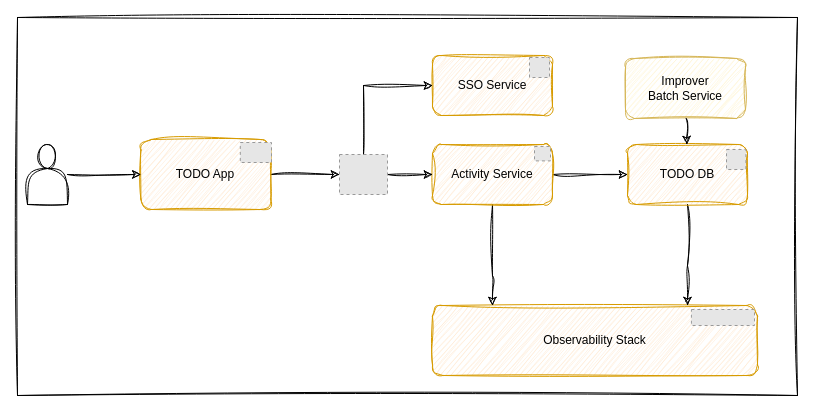
Before: page "Page-1" (1 of 2) of docs/arch.drawio in andrescosta/todo-spring-react, a draw.io diagram. Source tidied: cells renumbered, new cells numbered last; positions are measured from the earlier drawing's top-left corner, leaving out a move shared by most shapes. Both pictures are drawn from the tidied source at 100%, with x=0, y=0 at pixel (17, 17). Pictures stored in the file or linked from it are replaced by grey dashed boxes.
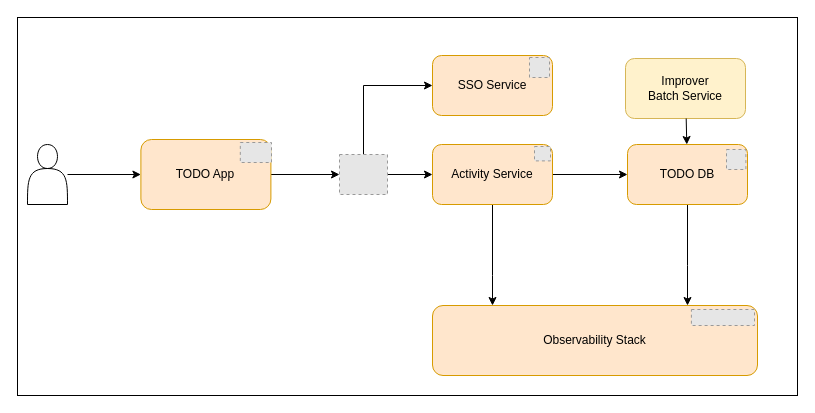
The same page after the edit.

The change refers to these unchanged cells:
```xml
<mxCell id="13" style="fillColor=#E6E6E6;strokeColor=#999999;dashed=1;verticalLabelPosition=bottom;labelBackgroundColor=default;verticalAlign=top;" parent="1" vertex="1">
  <mxGeometry x="322" y="137" width="48" height="40" as="geometry" />
</mxCell>
```

Change to the diagram source:
```diff
@@
-    <mxCell id="2" style="rounded=0;whiteSpace=wrap;html=1;sketch=1;curveFitting=1;jiggle=2;" parent="1" vertex="1">
+    <mxCell id="2" style="rounded=0;whiteSpace=wrap;html=1;" parent="1" vertex="1">
       <mxGeometry width="780" height="378" as="geometry" />
     </mxCell>
-    <mxCell id="3" value="Observability Stack" style="rounded=1;whiteSpace=wrap;html=1;fillColor=#ffe6cc;strokeColor=#d79b00;sketch=1;curveFitting=1;jiggle=2;" parent="1" vertex="1">
+    <mxCell id="3" value="Observability Stack" style="rounded=1;whiteSpace=wrap;html=1;fillColor=#ffe6cc;strokeColor=#d79b00;" parent="1" vertex="1">
       <mxGeometry x="415" y="288" width="325" height="70" as="geometry" />
     </mxCell>
-    <mxCell id="4" value="SSO Service" style="rounded=1;whiteSpace=wrap;html=1;fillColor=#ffe6cc;strokeColor=#d79b00;fillStyle=auto;sketch=1;curveFitting=1;jiggle=2;" parent="1" vertex="1">
+    <mxCell id="4" value="SSO Service" style="rounded=1;whiteSpace=wrap;html=1;fillColor=#ffe6cc;strokeColor=#d79b00;fillStyle=auto;" parent="1" vertex="1">
       <mxGeometry x="415" y="38" width="120" height="60" as="geometry" />
     </mxCell>
@@
-    <mxCell id="6" style="edgeStyle=orthogonalEdgeStyle;rounded=0;jettySize=auto;html=1;sketch=1;curveFitting=1;jiggle=2;" parent="1" edge="1" source="8" target="10">
+    <mxCell id="6" style="edgeStyle=orthogonalEdgeStyle;rounded=0;jettySize=auto;html=1;" parent="1" edge="1" source="8" target="10">
       <mxGeometry relative="1" as="geometry" />
     </mxCell>
-    <mxCell id="7" style="edgeStyle=orthogonalEdgeStyle;rounded=0;jettySize=auto;html=1;sketch=1;curveFitting=1;jiggle=2;" parent="1" edge="1" source="8" target="3">
+    <mxCell id="7" style="edgeStyle=orthogonalEdgeStyle;rounded=0;jettySize=auto;html=1;" parent="1" edge="1" source="8" target="3">
       <mxGeometry relative="1" as="geometry">
         <Array as="points">
           <mxPoint x="475" y="258" />
           <mxPoint x="475" y="258" />
         </Array>
       </mxGeometry>
     </mxCell>
-    <mxCell id="8" value="Activity Service" style="rounded=1;whiteSpace=wrap;html=1;fillColor=#ffe6cc;strokeColor=#d79b00;sketch=1;curveFitting=1;jiggle=2;" parent="1" vertex="1">
+    <mxCell id="8" value="Activity Service" style="rounded=1;whiteSpace=wrap;html=1;fillColor=#ffe6cc;strokeColor=#d79b00;" parent="1" vertex="1">
       <mxGeometry x="415" y="127" width="120" height="60" as="geometry" />
     </mxCell>
-    <mxCell id="9" style="edgeStyle=orthogonalEdgeStyle;rounded=0;jettySize=auto;html=1;sketch=1;curveFitting=1;jiggle=2;" parent="1" edge="1" source="10" target="3">
+    <mxCell id="9" style="edgeStyle=orthogonalEdgeStyle;rounded=0;jettySize=auto;html=1;" parent="1" edge="1" source="10" target="3">
       <mxGeometry relative="1" as="geometry">
         <Array as="points">
           <mxPoint x="670" y="248" />
           <mxPoint x="670" y="248" />
         </Array>
       </mxGeometry>
     </mxCell>
-    <mxCell id="10" value="TODO DB" style="rounded=1;whiteSpace=wrap;html=1;fillColor=#ffe6cc;strokeColor=#d79b00;sketch=1;curveFitting=1;jiggle=2;" parent="1" vertex="1">
+    <mxCell id="10" value="TODO DB" style="rounded=1;whiteSpace=wrap;html=1;fillColor=#ffe6cc;strokeColor=#d79b00;" parent="1" vertex="1">
       <mxGeometry x="610" y="127" width="120" height="60" as="geometry" />
     </mxCell>
-    <mxCell id="11" style="edgeStyle=orthogonalEdgeStyle;rounded=0;jettySize=auto;html=1;sketch=1;curveFitting=1;jiggle=2;" parent="1" edge="1" source="13" target="4">
+    <mxCell id="11" style="edgeStyle=orthogonalEdgeStyle;rounded=0;jettySize=auto;html=1;" parent="1" edge="1" source="13" target="4">
       <mxGeometry relative="1" as="geometry">
         <Array as="points">
           <mxPoint x="346" y="68" />
         </Array>
       </mxGeometry>
     </mxCell>
-    <mxCell id="12" style="edgeStyle=orthogonalEdgeStyle;rounded=0;jettySize=auto;html=1;sketch=1;curveFitting=1;jiggle=2;" parent="1" edge="1" source="13" target="8">
+    <mxCell id="12" style="edgeStyle=orthogonalEdgeStyle;rounded=0;jettySize=auto;html=1;" parent="1" edge="1" source="13" target="8">
       <mxGeometry relative="1" as="geometry" />
     </mxCell>
@@
-    <mxCell id="14" style="edgeStyle=orthogonalEdgeStyle;rounded=0;jettySize=auto;html=1;entryX=0;entryY=0.5;entryDx=0;entryDy=0;sketch=1;curveFitting=1;jiggle=2;" parent="1" edge="1" source="18" target="13">
+    <mxCell id="14" style="edgeStyle=orthogonalEdgeStyle;rounded=0;jettySize=auto;html=1;entryX=0;entryY=0.5;entryDx=0;entryDy=0;" parent="1" edge="1" source="18" target="13">
       <mxGeometry relative="1" as="geometry" />
     </mxCell>
@@
-    <mxCell id="18" value="TODO App" style="rounded=1;whiteSpace=wrap;html=1;fillColor=#ffe6cc;strokeColor=#d79b00;sketch=1;curveFitting=1;jiggle=2;" parent="1" vertex="1">
+    <mxCell id="18" value="TODO App" style="rounded=1;whiteSpace=wrap;html=1;fillColor=#ffe6cc;strokeColor=#d79b00;" parent="1" vertex="1">
       <mxGeometry x="123.4" y="122" width="130" height="70" as="geometry" />
     </mxCell>
@@
-    <mxCell id="21" style="edgeStyle=orthogonalEdgeStyle;rounded=0;jettySize=auto;html=1;sketch=1;curveFitting=1;jiggle=2;" parent="1" edge="1" source="22" target="18">
+    <mxCell id="21" style="edgeStyle=orthogonalEdgeStyle;rounded=0;jettySize=auto;html=1;" parent="1" edge="1" source="22" target="18">
       <mxGeometry relative="1" as="geometry" />
     </mxCell>
-    <mxCell id="22" style="shape=actor;whiteSpace=wrap;html=1;sketch=1;curveFitting=1;jiggle=2;" parent="1" vertex="1">
+    <mxCell id="22" style="shape=actor;whiteSpace=wrap;html=1;" parent="1" vertex="1">
       <mxGeometry x="10" y="127" width="40" height="60" as="geometry" />
     </mxCell>
-    <mxCell id="23" value="Improver&lt;br&gt;Batch Service" style="rounded=1;whiteSpace=wrap;html=1;fillColor=#fff2cc;strokeColor=#d6b656;sketch=1;curveFitting=1;jiggle=2;" parent="1" vertex="1">
+    <mxCell id="23" value="Improver&lt;br&gt;Batch Service" style="rounded=1;whiteSpace=wrap;html=1;fillColor=#fff2cc;strokeColor=#d6b656;" parent="1" vertex="1">
       <mxGeometry x="608" y="41" width="120" height="60" as="geometry" />
     </mxCell>
-    <mxCell id="24" style="endArrow=classic;html=1;rounded=0;sketch=1;curveFitting=1;jiggle=2;" parent="1" edge="1" source="23" target="10">
+    <mxCell id="24" style="endArrow=classic;html=1;rounded=0;" parent="1" edge="1" source="23" target="10">
       <mxGeometry relative="1" as="geometry" />
     </mxCell>
```
